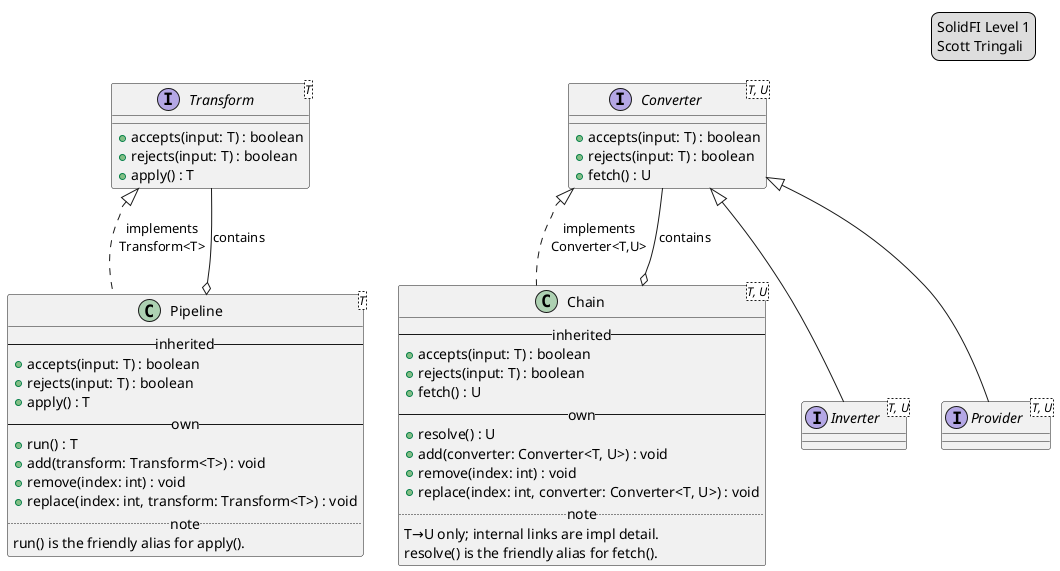
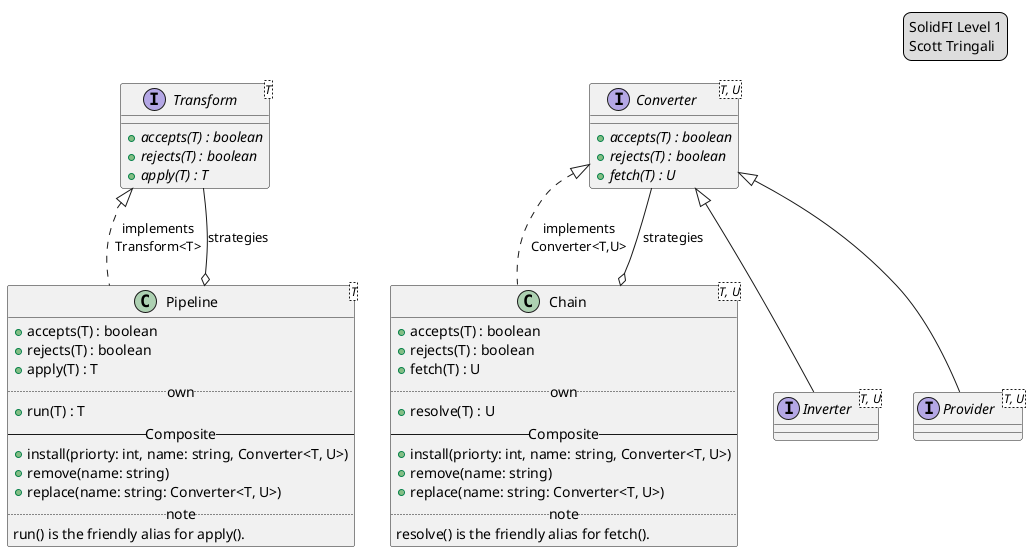
@startuml SolidFI_Level1

legend top right
  SolidFI Level 1
  Scott Tringali
end legend

' !include L0.puml

top to bottom direction

together {
  interface Inverter<T, U> {}
  interface Provider<T, U> {}
}

together {
  interface Converter<T, U> {
-     + accepts(input: T) : boolean
-     + rejects(input: T) : boolean
-     + fetch() : U
+     + {abstract} accepts(T) : boolean
+     + {abstract} rejects(T) : boolean
+     + {abstract} fetch(T) : U
  }

  interface Transform<T> {
-     + accepts(input: T) : boolean
-     + rejects(input: T) : boolean
-     + apply() : T
+     + {abstract} accepts(T) : boolean
+     + {abstract} rejects(T) : boolean
+     + {abstract} apply(T) : T
  }

  class Chain<T, U> {
-     -- inherited --
-     + accepts(input: T) : boolean
-     + rejects(input: T) : boolean
-     + fetch() : U
-     -- own --
-     + resolve() : U
-     + add(converter: Converter<T, U>) : void
-     + remove(index: int) : void
-     + replace(index: int, converter: Converter<T, U>) : void
+     + accepts(T) : boolean
+     + rejects(T) : boolean
+     + fetch(T) : U
+     .. own ..
+     + resolve(T) : U
+     -- Composite --
+     + install(priorty: int, name: string, Converter<T, U>)
+     + remove(name: string)
+     + replace(name: string: Converter<T, U>)
    .. note ..
-     T→U only; internal links are impl detail.
    resolve() is the friendly alias for fetch().
  }

  class Pipeline<T> {
-     -- inherited --
-     + accepts(input: T) : boolean
-     + rejects(input: T) : boolean
-     + apply() : T
-     -- own --
-     + run() : T
-     + add(transform: Transform<T>) : void
-     + remove(index: int) : void
-     + replace(index: int, transform: Transform<T>) : void
+     + accepts(T) : boolean
+     + rejects(T) : boolean
+     + apply(T) : T
+     .. own ..
+     + run(T) : T
+     -- Composite --
+     + install(priorty: int, name: string, Converter<T, U>)
+     + remove(name: string)
+     + replace(name: string: Converter<T, U>)
    .. note ..
    run() is the friendly alias for apply().
  }
}

Converter <|.. Chain : "implements\nConverter<T,U>"
Transform <|.. Pipeline : "implements\nTransform<T>"

Converter <|-- Inverter
Converter <|-- Provider

- Converter --o Chain : contains
- Transform --o Pipeline : contains
+ Converter --o Chain : strategies
+ Transform --o Pipeline : strategies

@enduml